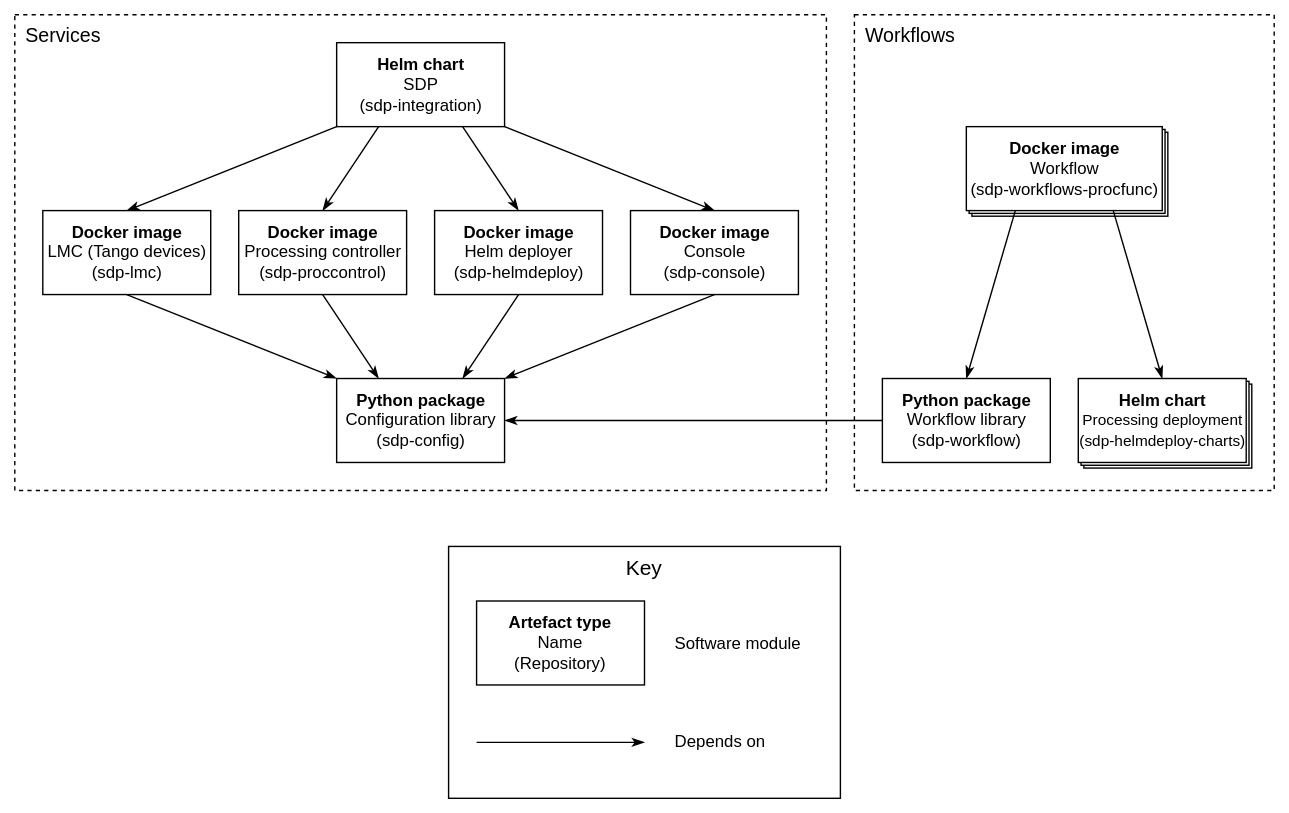
Above: docs/src/images/sdp_modules.svg in ska-telescope/sdp-integration (draw.io), before the change. Source tidied: cells renumbered, new cells last; positions are measured from the earlier drawing's top-left corner, leaving out a move shared by most shapes.
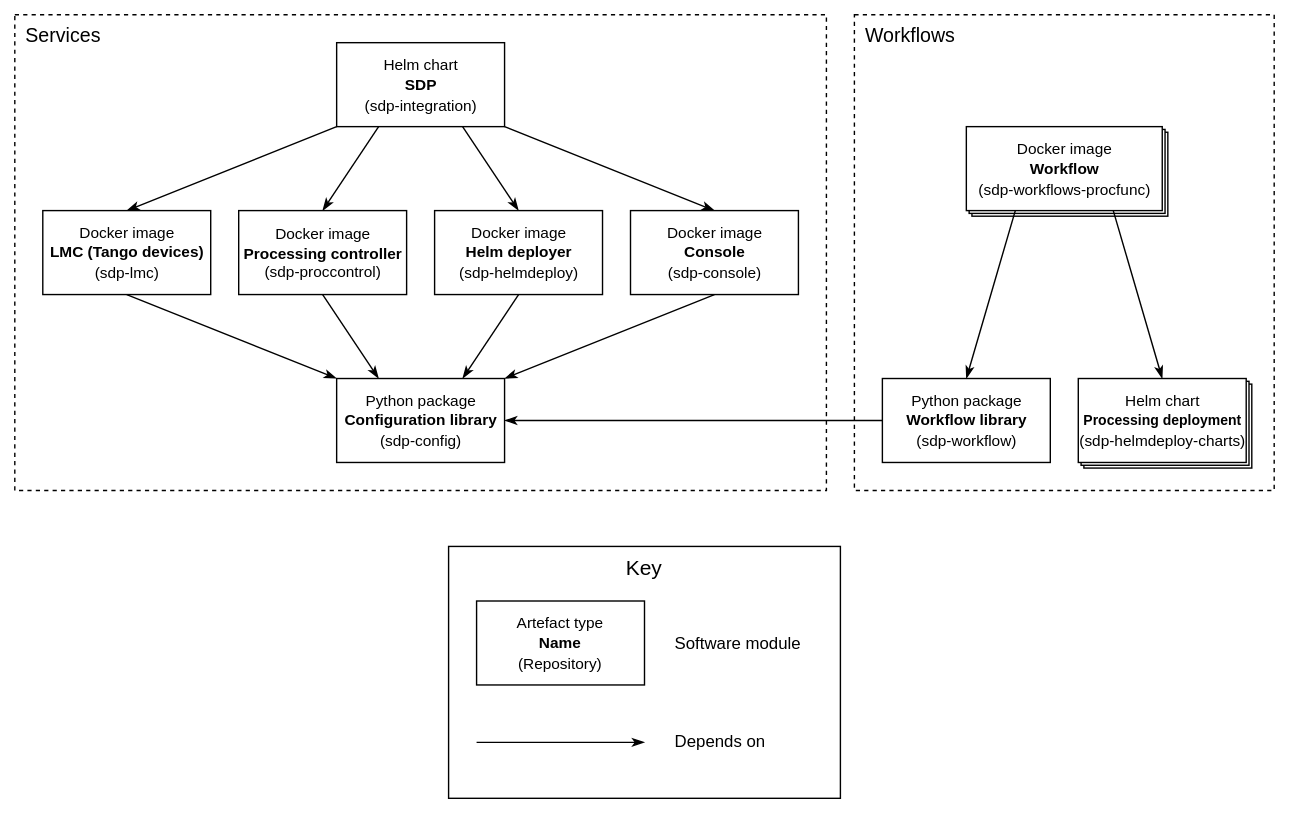
After the commit.

Commit message:
Update module diagram

Change to the diagram source:
```diff
@@ -44,28 +44,28 @@
     <mxCell id="15" style="edgeStyle=none;rounded=0;jettySize=auto;html=1;exitX=1;exitY=1;exitDx=0;exitDy=0;entryX=0.5;entryY=0;entryDx=0;entryDy=0;endArrow=classicThin;endFill=1;" parent="1" edge="1" source="16" target="21">
       <mxGeometry relative="1" as="geometry" />
     </mxCell>
-    <mxCell id="16" value="&lt;b&gt;Helm chart&lt;br&gt;&lt;/b&gt;SDP&lt;br&gt;(sdp-integration)" style="html=1;" parent="1" vertex="1">
+    <mxCell id="16" value="&lt;font style=&quot;font-size: 11px&quot;&gt;Helm chart&lt;br&gt;&lt;b&gt;SDP&lt;/b&gt;&lt;br&gt;(sdp-integration)&lt;/font&gt;" style="html=1;" parent="1" vertex="1">
       <mxGeometry x="230" y="20" width="120" height="60" as="geometry" />
     </mxCell>
-    <mxCell id="17" value="&lt;b&gt;Docker image&lt;/b&gt;&lt;br&gt;LMC (Tango devices)&lt;br&gt;(sdp-lmc)" style="html=1;" parent="1" vertex="1">
+    <mxCell id="17" value="&lt;font style=&quot;font-size: 11px&quot;&gt;Docker image&lt;br&gt;&lt;/font&gt;&lt;b style=&quot;font-size: 11px&quot;&gt;LMC (Tango devices)&lt;br&gt;&lt;/b&gt;&lt;font style=&quot;font-size: 11px&quot;&gt;(sdp-lmc)&lt;/font&gt;" style="html=1;" parent="1" vertex="1">
       <mxGeometry x="20" y="140" width="120" height="60" as="geometry" />
     </mxCell>
-    <mxCell id="18" value="&lt;font style=&quot;font-size: 12px&quot;&gt;&lt;b&gt;Docker image&lt;/b&gt;&lt;br&gt;&lt;/font&gt;&lt;div&gt;&lt;font style=&quot;font-size: 12px&quot;&gt;Processing controller&lt;/font&gt;&lt;/div&gt;&lt;div&gt;&lt;font style=&quot;font-size: 12px&quot;&gt;(sdp-proccontrol)&lt;/font&gt;&lt;br&gt;&lt;/div&gt;" style="html=1;" parent="1" vertex="1">
+    <mxCell id="18" value="&lt;font style=&quot;font-size: 11px&quot;&gt;Docker image&lt;br&gt;&lt;/font&gt;&lt;div style=&quot;font-size: 11px&quot;&gt;&lt;font style=&quot;font-size: 11px&quot;&gt;&lt;b&gt;Processing controller&lt;/b&gt;&lt;/font&gt;&lt;/div&gt;&lt;div style=&quot;font-size: 11px&quot;&gt;&lt;font style=&quot;font-size: 11px&quot;&gt;(sdp-proccontrol)&lt;/font&gt;&lt;br&gt;&lt;/div&gt;" style="html=1;" parent="1" vertex="1">
       <mxGeometry x="160" y="140" width="120" height="60" as="geometry" />
     </mxCell>
-    <mxCell id="19" value="&lt;b&gt;Python package&lt;br&gt;&lt;/b&gt;Configuration library&lt;br&gt;(sdp-config)" style="html=1;" parent="1" vertex="1">
+    <mxCell id="19" value="&lt;font style=&quot;font-size: 11px&quot;&gt;Python package&lt;br&gt;&lt;/font&gt;&lt;b&gt;&lt;font style=&quot;font-size: 11px&quot;&gt;Configuration library&lt;/font&gt;&lt;/b&gt;&lt;br&gt;&lt;font style=&quot;font-size: 11px&quot;&gt;(sdp-config)&lt;/font&gt;" style="html=1;" parent="1" vertex="1">
       <mxGeometry x="230" y="260" width="120" height="60" as="geometry" />
     </mxCell>
-    <mxCell id="20" value="&lt;b&gt;Docker image&lt;/b&gt;&lt;br&gt;Helm deployer&lt;br&gt;(sdp-helmdeploy)" style="html=1;" parent="1" vertex="1">
+    <mxCell id="20" value="&lt;font style=&quot;font-size: 11px&quot;&gt;Docker image&lt;br&gt;&lt;b&gt;Helm deployer&lt;/b&gt;&lt;br&gt;(sdp-helmdeploy)&lt;/font&gt;" style="html=1;" parent="1" vertex="1">
       <mxGeometry x="300" y="140" width="120" height="60" as="geometry" />
     </mxCell>
-    <mxCell id="21" value="&lt;b&gt;Docker image&lt;/b&gt;&lt;br&gt;&lt;div&gt;Console&lt;/div&gt;&lt;div&gt;(sdp-console)&lt;/div&gt;" style="html=1;" parent="1" vertex="1">
+    <mxCell id="21" value="&lt;span style=&quot;font-size: 11px&quot;&gt;Docker image&lt;br&gt;&lt;b&gt;Console&lt;/b&gt;&lt;br&gt;(sdp-console)&lt;br&gt;&lt;/span&gt;" style="html=1;" parent="1" vertex="1">
       <mxGeometry x="440" y="140" width="120" height="60" as="geometry" />
     </mxCell>
     <mxCell id="22" style="edgeStyle=none;rounded=0;jettySize=auto;html=1;exitX=0;exitY=0.5;exitDx=0;exitDy=0;entryX=1;entryY=0.5;entryDx=0;entryDy=0;endArrow=classicThin;endFill=1;" parent="1" edge="1" source="23" target="19">
       <mxGeometry relative="1" as="geometry" />
     </mxCell>
-    <mxCell id="23" value="&lt;b&gt;Python package&lt;br&gt;&lt;/b&gt;Workflow library&lt;br&gt;(sdp-workflow)" style="html=1;" parent="1" vertex="1">
+    <mxCell id="23" value="&lt;font style=&quot;font-size: 11px&quot;&gt;Python package&lt;br&gt;&lt;b&gt;Workflow library&lt;br&gt;&lt;/b&gt;(sdp-workflow)&lt;/font&gt;" style="html=1;" parent="1" vertex="1">
       <mxGeometry x="620" y="260" width="120" height="60" as="geometry" />
     </mxCell>
     <mxCell id="24" style="rounded=0;jettySize=auto;html=1;exitX=0.25;exitY=1;exitDx=0;exitDy=0;entryX=0.5;entryY=0;entryDx=0;entryDy=0;endArrow=classicThin;endFill=1;" parent="1" edge="1" source="26" target="23">
@@ -74,10 +74,10 @@
     <mxCell id="25" style="rounded=0;jettySize=auto;html=1;exitX=0.75;exitY=1;exitDx=0;exitDy=0;entryX=0.5;entryY=0;entryDx=0;entryDy=0;endArrow=classicThin;endFill=1;" parent="1" edge="1" source="26" target="27">
       <mxGeometry relative="1" as="geometry" />
     </mxCell>
-    <mxCell id="26" value="&lt;b&gt;Docker image&lt;br&gt;&lt;/b&gt;Workflow&lt;br&gt;&lt;font style=&quot;font-size: 12px&quot;&gt;&lt;font style=&quot;font-size: 12px&quot;&gt;(&lt;/font&gt;&lt;font style=&quot;font-size: 12px&quot;&gt;sdp-workflows-procfunc)&lt;/font&gt;&lt;/font&gt;" style="html=1;" parent="1" vertex="1">
+    <mxCell id="26" value="&lt;font style=&quot;font-size: 11px&quot;&gt;Docker image&lt;br&gt;&lt;b&gt;Workflow&lt;/b&gt;&lt;br&gt;&lt;font style=&quot;font-size: 11px&quot;&gt;&lt;font style=&quot;font-size: 11px&quot;&gt;(&lt;/font&gt;&lt;font style=&quot;font-size: 11px&quot;&gt;sdp-workflows-procfunc)&lt;/font&gt;&lt;/font&gt;&lt;/font&gt;" style="html=1;" parent="1" vertex="1">
       <mxGeometry x="680" y="80" width="140" height="60" as="geometry" />
     </mxCell>
-    <mxCell id="27" value="&lt;b&gt;Helm chart&lt;/b&gt;&lt;br&gt;&lt;font style=&quot;font-size: 11px&quot;&gt;Processing deployment&lt;br&gt;&lt;/font&gt;&lt;font style=&quot;font-size: 11px&quot;&gt;(sdp-helmdeploy-charts)&lt;/font&gt;" style="html=1;" parent="1" vertex="1">
+    <mxCell id="27" value="&lt;font style=&quot;font-size: 11px&quot;&gt;Helm chart&lt;br&gt;&lt;/font&gt;&lt;font style=&quot;font-size: 10px&quot;&gt;&lt;b&gt;Processing deployment&lt;br&gt;&lt;/b&gt;&lt;/font&gt;&lt;font style=&quot;font-size: 11px&quot;&gt;(sdp-helmdeploy-charts)&lt;/font&gt;" style="html=1;" parent="1" vertex="1">
       <mxGeometry x="760" y="260" width="120" height="60" as="geometry" />
     </mxCell>
     <mxCell id="28" style="group;" parent="1" vertex="1">
@@ -86,7 +86,7 @@
     <mxCell id="29" value="&lt;font style=&quot;font-size: 15px&quot;&gt;Key&lt;/font&gt;" style="rounded=0;whiteSpace=wrap;html=1;fontSize=13;verticalAlign=top;" parent="28" vertex="1">
       <mxGeometry width="280" height="180" as="geometry" />
     </mxCell>
-    <mxCell id="30" value="&lt;b&gt;Artefact type&lt;/b&gt;&lt;br&gt;Name&lt;br&gt;(Repository)" style="rounded=0;whiteSpace=wrap;html=1;" parent="28" vertex="1">
+    <mxCell id="30" value="&lt;font style=&quot;font-size: 11px&quot;&gt;Artefact type&lt;br&gt;&lt;b&gt;Name&lt;/b&gt;&lt;br&gt;(Repository)&lt;/font&gt;" style="rounded=0;whiteSpace=wrap;html=1;" parent="28" vertex="1">
       <mxGeometry x="20" y="39" width="120" height="60" as="geometry" />
     </mxCell>
     <mxCell id="31" value="Software module" style="text;html=1;align=left;verticalAlign=middle;" parent="28" vertex="1">
```
